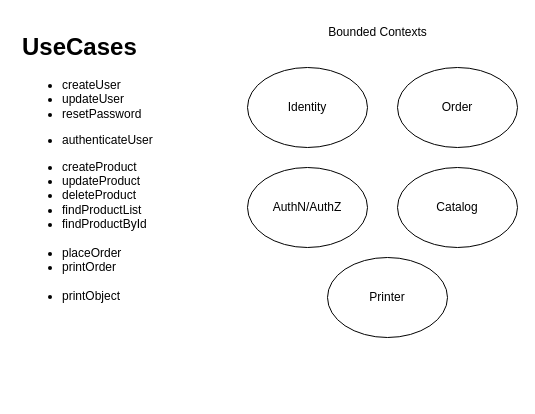
Earlier version of the draw.io diagram docs/diagrams.drawio (cristiano-pacheco/shoplist). Source tidied: cells renumbered, new cells numbered last; positions are measured from the earlier drawing's top-left corner, leaving out a move shared by most shapes. Both pictures are drawn from the tidied source at 100%, with x=0, y=0 at pixel (17, 17).
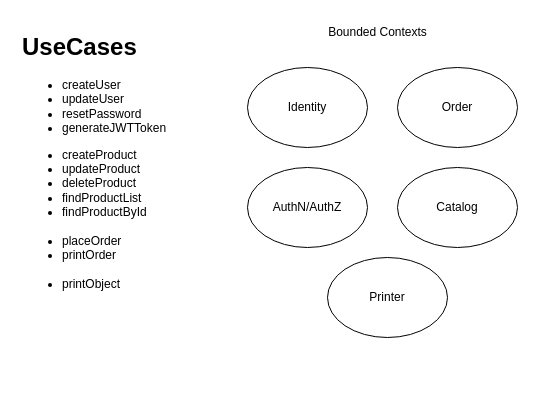
The same diagram, later.

The edit, as a diff of the source:
```diff
@@
 <mxGraphModel>
   <root>
     <mxCell id="0" />
     <mxCell id="1" parent="0" />
     <mxCell id="2" value="Identity" style="ellipse;whiteSpace=wrap;html=1;fillColor=none;" parent="1" vertex="1">
       <mxGeometry x="230" y="50" width="120" height="80" as="geometry" />
     </mxCell>
     <mxCell id="3" value="Order" style="ellipse;whiteSpace=wrap;html=1;fillColor=none;" parent="1" vertex="1">
       <mxGeometry x="380" y="50" width="120" height="80" as="geometry" />
     </mxCell>
     <mxCell id="4" value="Catalog" style="ellipse;whiteSpace=wrap;html=1;fillColor=none;" parent="1" vertex="1">
       <mxGeometry x="380" y="150" width="120" height="80" as="geometry" />
     </mxCell>
     <mxCell id="5" value="Printer" style="ellipse;whiteSpace=wrap;html=1;fillColor=none;" parent="1" vertex="1">
       <mxGeometry x="310" y="240" width="120" height="80" as="geometry" />
     </mxCell>
     <mxCell id="6" value="AuthN/AuthZ" style="ellipse;whiteSpace=wrap;html=1;fillColor=none;" parent="1" vertex="1">
       <mxGeometry x="230" y="150" width="120" height="80" as="geometry" />
     </mxCell>
-    <mxCell id="7" value="&lt;h1 style=&quot;&quot;&gt;UseCases&lt;/h1&gt;&lt;p&gt;&lt;/p&gt;&lt;ul&gt;&lt;li style=&quot;&quot;&gt;createUser&lt;br&gt;&lt;/li&gt;&lt;li&gt;updateUser&lt;/li&gt;&lt;li&gt;resetPassword&lt;/li&gt;&lt;/ul&gt;&lt;div&gt;&lt;ul&gt;&lt;li&gt;authenticateUser&lt;/li&gt;&lt;/ul&gt;&lt;div&gt;&lt;ul&gt;&lt;li&gt;createProduct&lt;/li&gt;&lt;li&gt;updateProduct&lt;/li&gt;&lt;li&gt;deleteProduct&lt;br&gt;&lt;/li&gt;&lt;li&gt;findProductList&lt;/li&gt;&lt;li&gt;findProductById&lt;br&gt;&lt;br&gt;&lt;/li&gt;&lt;li&gt;placeOrder&lt;/li&gt;&lt;li&gt;printOrder&lt;br&gt;&lt;br&gt;&lt;/li&gt;&lt;li&gt;printObject&lt;/li&gt;&lt;/ul&gt;&lt;/div&gt;&lt;/div&gt;&lt;p&gt;&lt;/p&gt;" style="text;html=1;strokeColor=none;fillColor=none;spacing=5;spacingTop=-20;whiteSpace=wrap;overflow=hidden;rounded=0;" parent="1" vertex="1">
+    <mxCell id="7" value="&lt;h1 style=&quot;&quot;&gt;UseCases&lt;/h1&gt;&lt;p&gt;&lt;/p&gt;&lt;ul&gt;&lt;li style=&quot;&quot;&gt;createUser&lt;/li&gt;&lt;li&gt;updateUser&lt;/li&gt;&lt;li&gt;resetPassword&lt;/li&gt;&lt;li&gt;generateJWTToken&lt;/li&gt;&lt;/ul&gt;&lt;div&gt;&lt;ul&gt;&lt;/ul&gt;&lt;div&gt;&lt;ul&gt;&lt;li&gt;createProduct&lt;/li&gt;&lt;li&gt;updateProduct&lt;/li&gt;&lt;li&gt;deleteProduct&lt;br&gt;&lt;/li&gt;&lt;li&gt;findProductList&lt;/li&gt;&lt;li&gt;findProductById&lt;br&gt;&lt;br&gt;&lt;/li&gt;&lt;li&gt;placeOrder&lt;/li&gt;&lt;li&gt;printOrder&lt;br&gt;&lt;br&gt;&lt;/li&gt;&lt;li&gt;printObject&lt;/li&gt;&lt;/ul&gt;&lt;/div&gt;&lt;/div&gt;&lt;p&gt;&lt;/p&gt;" style="text;html=1;strokeColor=none;fillColor=none;spacing=5;spacingTop=-20;whiteSpace=wrap;overflow=hidden;rounded=0;" parent="1" vertex="1">
       <mxGeometry y="10" width="190" height="370" as="geometry" />
     </mxCell>
     <mxCell id="8" value="Bounded Contexts" style="text;html=1;align=center;verticalAlign=middle;strokeColor=none;fillColor=none;" parent="1" vertex="1">
       <mxGeometry x="300" width="120" height="30" as="geometry" />
     </mxCell>
   </root>
 </mxGraphModel>
```
